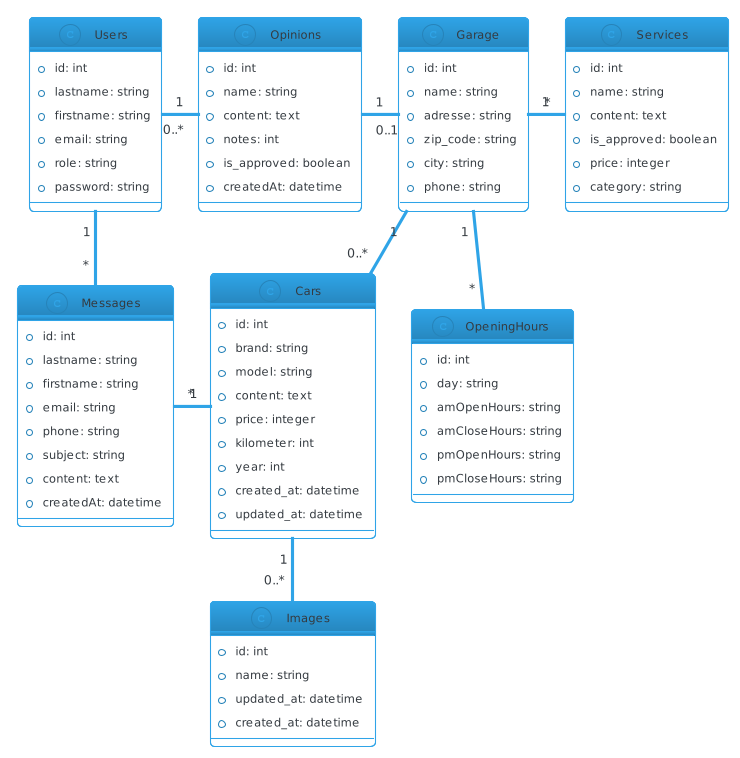
This is diagrammes/diagramClass.png from gahette/garage_automobile, a PlantUML export, as it was before one commit.
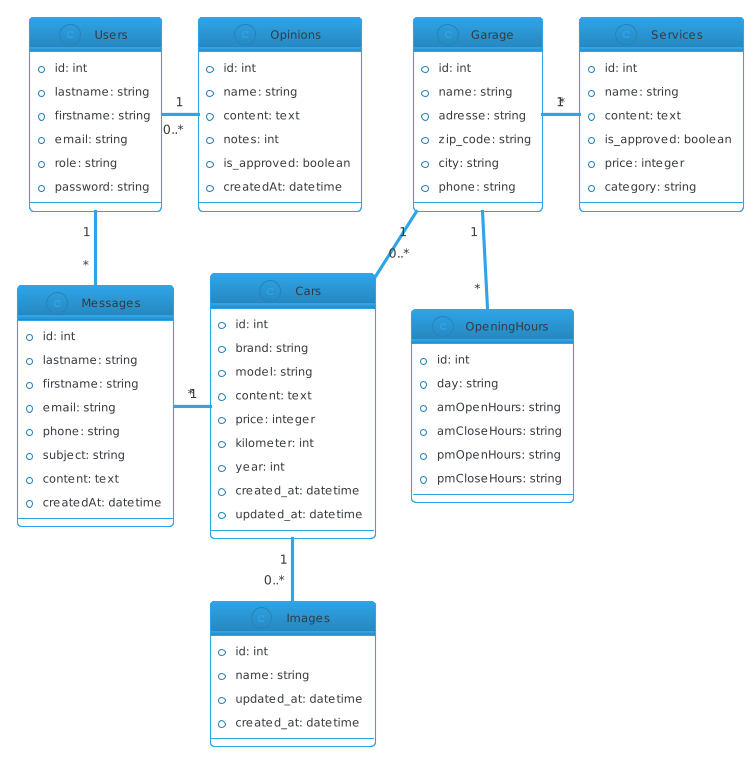
After the change.

Change to the diagram source:
```diff
@@ -82,7 +82,6 @@
 Messages "*" - "1" Cars
 Users "1" - "0..*" Opinions
 Users "1" -- "*" Messages
-Opinions "1" - "0..1" Garage
 Garage "1" - "*" Services
 Garage "1" -- "*" OpeningHours
 @enduml
```
